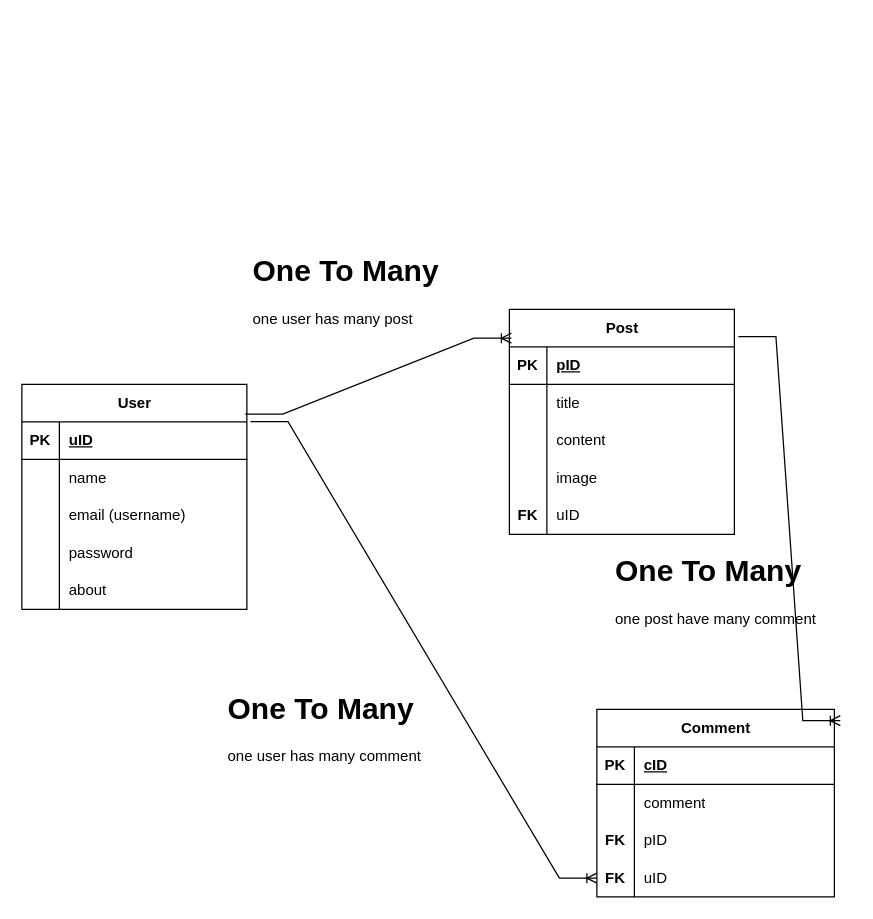
This is Blog Application.drawio from PG-Dac-Project/PG-DAC-Project, a draw.io file, before an edit. Source tidied: cells renumbered, new cells numbered last; positions are measured from the earlier drawing's top-left corner, leaving out a move shared by most shapes. Both pictures are drawn from the tidied source at 125%, with x=0, y=0 at pixel (21, 246).
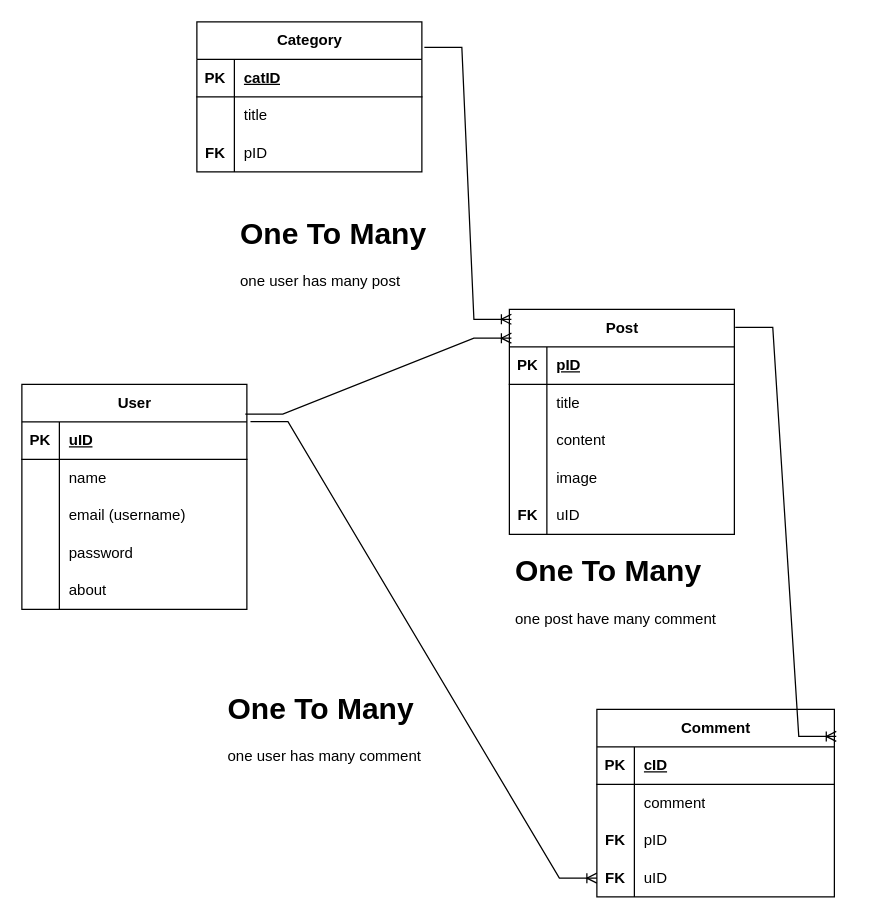
The same page after the edit.

Unchanged cells that the change refers to:
```xml
<mxCell id="18" value="Post" style="shape=table;startSize=30;childLayout=tableLayout;rowLines=0;fontStyle=1;align=center;html=1;" parent="1" vertex="1">
  <mxGeometry x="390" y="50" width="180" height="180" as="geometry" />
</mxCell>
<mxCell id="36" value="Comment" style="shape=table;startSize=30;childLayout=tableLayout;rowLines=0;fontStyle=1;align=center;html=1;" parent="1" vertex="1">
  <mxGeometry x="460" y="370" width="190" height="150" as="geometry" />
</mxCell>
```

Change to the diagram source:
```diff
@@
     <mxCell id="35" value="&lt;h1&gt;One To Many&lt;/h1&gt;&lt;div&gt;one user has many post&lt;/div&gt;" style="text;html=1;strokeColor=none;fillColor=none;spacing=5;spacingTop=-20;whiteSpace=wrap;overflow=hidden;rounded=0;" parent="1" vertex="1">
-      <mxGeometry x="180" width="190" height="120" as="geometry" />
+      <mxGeometry x="170" y="-30" width="190" height="120" as="geometry" />
     </mxCell>
@@
-    <mxCell id="50" style="edgeStyle=entityRelationEdgeStyle;fontSize=12;html=1;endArrow=ERoneToMany;rounded=0;exitX=1.018;exitY=0.121;exitDx=0;exitDy=0;exitPerimeter=0;entryX=1.025;entryY=0.06;entryDx=0;entryDy=0;entryPerimeter=0;" parent="1" edge="1" source="18" target="36">
-      <mxGeometry relative="1" as="geometry">
-        <Array as="points">
-          <mxPoint x="739" y="313.7" />
-          <mxPoint x="679.3" y="224.9" />
-          <mxPoint x="709.3" y="328.9" />
-        </Array>
-      </mxGeometry>
-    </mxCell>
@@
     <mxCell id="52" value="&lt;h1&gt;One To Many&lt;/h1&gt;&lt;div&gt;one post have many comment&lt;/div&gt;" style="text;html=1;strokeColor=none;fillColor=none;spacing=5;spacingTop=-20;whiteSpace=wrap;overflow=hidden;rounded=0;" parent="1" vertex="1">
-      <mxGeometry x="470" y="240" width="190" height="120" as="geometry" />
+      <mxGeometry x="390" y="240" width="190" height="120" as="geometry" />
     </mxCell>
+    <mxCell id="53" value="Category" style="shape=table;startSize=30;childLayout=tableLayout;rowLines=0;fontStyle=1;align=center;html=1;" parent="1" vertex="1">
+      <mxGeometry x="140" y="-180" width="180" height="120" as="geometry" />
+    </mxCell>
+    <mxCell id="54" style="shape=tableRow;horizontal=0;startSize=0;swimlaneHead=0;swimlaneBody=0;fillColor=none;top=0;left=0;right=0;bottom=1;" parent="53" vertex="1">
+      <mxGeometry y="30" width="180" height="30" as="geometry" />
+    </mxCell>
+    <mxCell id="55" value="PK" style="shape=partialRectangle;fillColor=none;top=0;left=0;bottom=0;right=0;fontStyle=1;overflow=hidden;whiteSpace=wrap;html=1;" parent="54" vertex="1">
+      <mxGeometry width="30" height="30" as="geometry" />
+    </mxCell>
+    <mxCell id="56" value="catID" style="shape=partialRectangle;fillColor=none;top=0;left=0;bottom=0;right=0;align=left;spacingLeft=6;fontStyle=5;overflow=hidden;whiteSpace=wrap;html=1;" parent="54" vertex="1">
+      <mxGeometry x="30" width="150" height="30" as="geometry" />
+    </mxCell>
+    <mxCell id="57" style="shape=tableRow;horizontal=0;startSize=0;swimlaneHead=0;swimlaneBody=0;fillColor=none;top=0;left=0;right=0;bottom=0;" parent="53" vertex="1">
+      <mxGeometry y="60" width="180" height="30" as="geometry" />
+    </mxCell>
+    <mxCell id="58" style="shape=partialRectangle;fillColor=none;top=0;left=0;bottom=0;right=0;overflow=hidden;whiteSpace=wrap;html=1;" parent="57" vertex="1">
+      <mxGeometry width="30" height="30" as="geometry" />
+    </mxCell>
+    <mxCell id="59" value="title" style="shape=partialRectangle;fillColor=none;top=0;left=0;bottom=0;right=0;align=left;spacingLeft=6;overflow=hidden;whiteSpace=wrap;html=1;" parent="57" vertex="1">
+      <mxGeometry x="30" width="150" height="30" as="geometry" />
+    </mxCell>
+    <mxCell id="60" style="shape=tableRow;horizontal=0;startSize=0;swimlaneHead=0;swimlaneBody=0;fillColor=none;top=0;left=0;right=0;bottom=0;" parent="53" vertex="1">
+      <mxGeometry y="90" width="180" height="30" as="geometry" />
+    </mxCell>
+    <mxCell id="61" value="&lt;b&gt;FK&lt;/b&gt;" style="shape=partialRectangle;fillColor=none;top=0;left=0;bottom=0;right=0;overflow=hidden;whiteSpace=wrap;html=1;" parent="60" vertex="1">
+      <mxGeometry width="30" height="30" as="geometry" />
+    </mxCell>
+    <mxCell id="62" value="pID" style="shape=partialRectangle;fillColor=none;top=0;left=0;bottom=0;right=0;align=left;spacingLeft=6;overflow=hidden;whiteSpace=wrap;html=1;" parent="60" vertex="1">
+      <mxGeometry x="30" width="150" height="30" as="geometry" />
+    </mxCell>
+    <mxCell id="63" style="edgeStyle=entityRelationEdgeStyle;fontSize=12;html=1;endArrow=ERoneToMany;rounded=0;exitX=1.011;exitY=0.17;exitDx=0;exitDy=0;exitPerimeter=0;entryX=0.009;entryY=0.044;entryDx=0;entryDy=0;entryPerimeter=0;" parent="1" edge="1" source="53" target="18">
+      <mxGeometry relative="1" as="geometry">
+        <Array as="points">
+          <mxPoint x="508.4" y="-103" />
+        </Array>
+      </mxGeometry>
+    </mxCell>
+    <mxCell id="50" style="edgeStyle=entityRelationEdgeStyle;fontSize=12;html=1;endArrow=ERoneToMany;rounded=0;entryX=1.008;entryY=0.144;entryDx=0;entryDy=0;entryPerimeter=0;exitX=1.004;exitY=0.08;exitDx=0;exitDy=0;exitPerimeter=0;" parent="1" edge="1" source="18" target="36">
+      <mxGeometry relative="1" as="geometry">
+        <Array as="points">
+          <mxPoint x="618.4" y="70" />
+        </Array>
+      </mxGeometry>
+    </mxCell>
```
